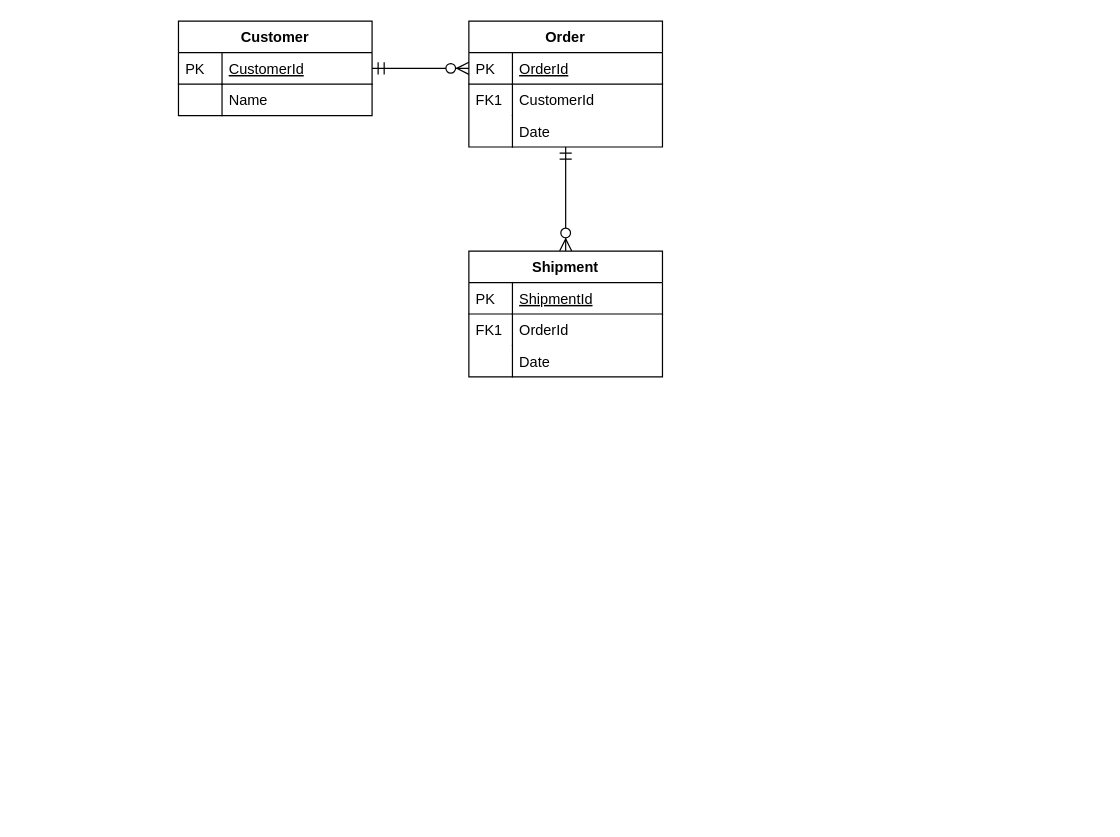
The draw.io diagram user-role-perm.drawio in sf-test/org-repo, before the edit. Source tidied: cells renumbered, new cells numbered last; positions are measured from the earlier drawing's top-left corner, leaving out a move shared by most shapes. Both pictures are drawn from the tidied source at 121%, with x=0, y=0 at pixel (178, 21).
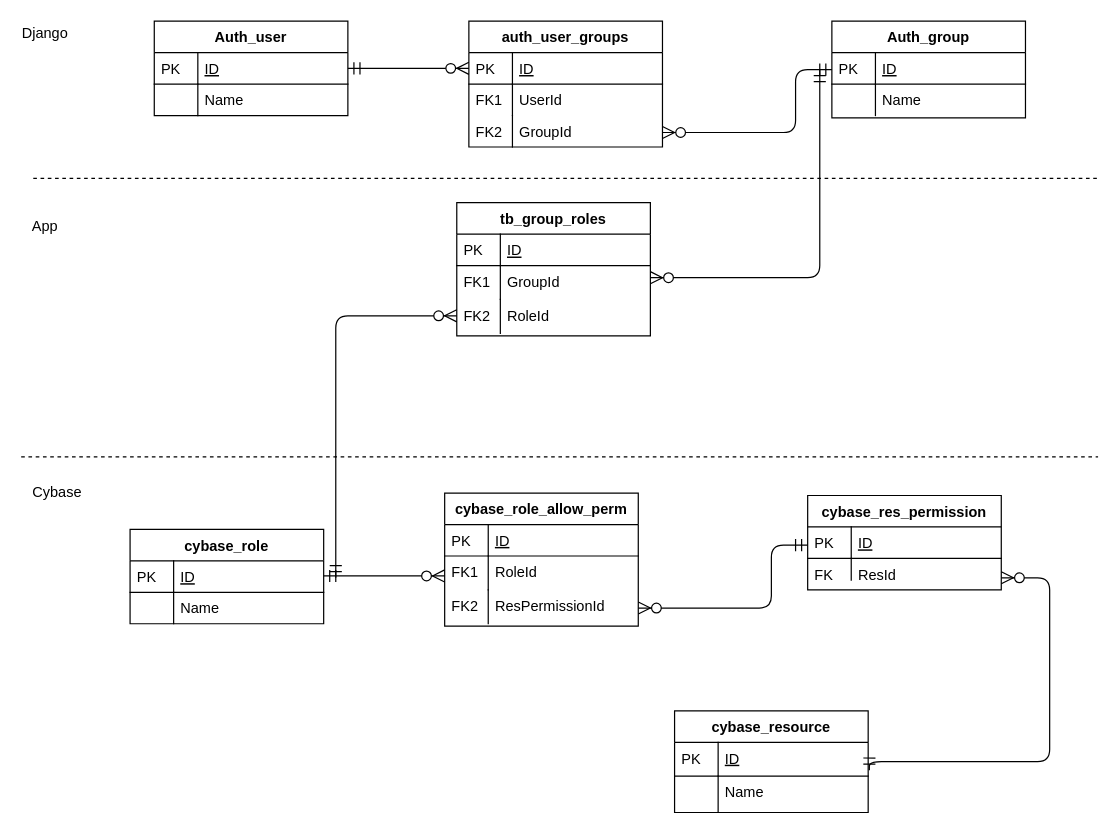
After the change.

What changed in the source:
```diff
@@
-    <mxCell id="2" value="Customer" style="swimlane;fontStyle=1;horizontal=1;startSize=26;rounded=0;shadow=0;strokeWidth=1;" parent="1" vertex="1">
-      <mxGeometry width="160" height="78" as="geometry" />
-    </mxCell>
-    <mxCell id="3" value="CustomerId" style="shape=partialRectangle;top=0;left=0;right=0;bottom=1;align=left;verticalAlign=top;fillColor=none;spacingLeft=40;spacingRight=4;overflow=hidden;points=[[0,0.5],[1,0.5]];portConstraint=eastwest;rounded=0;shadow=0;strokeWidth=1;fontStyle=4;" parent="2" vertex="1">
-      <mxGeometry y="26" width="160" height="26" as="geometry" />
-    </mxCell>
-    <mxCell id="4" value="PK" style="shape=partialRectangle;top=0;left=0;bottom=0;fillColor=none;align=left;verticalAlign=top;spacingLeft=4;spacingRight=4;overflow=hidden;" parent="3" vertex="1">
-      <mxGeometry width="36" height="26" as="geometry" />
-    </mxCell>
-    <mxCell id="5" value="Name" style="shape=partialRectangle;top=0;left=0;right=0;bottom=0;align=left;verticalAlign=top;fillColor=none;spacingLeft=40;spacingRight=4;overflow=hidden;rounded=0;shadow=0;strokeWidth=1;" parent="2" vertex="1">
-      <mxGeometry y="52" width="160" height="26" as="geometry" />
-    </mxCell>
-    <mxCell id="6" style="shape=partialRectangle;top=0;left=0;bottom=0;fillColor=none;align=left;verticalAlign=top;spacingLeft=4;spacingRight=4;overflow=hidden;" parent="5" vertex="1">
-      <mxGeometry width="36" height="26" as="geometry" />
-    </mxCell>
-    <mxCell id="7" value="Order" style="swimlane;fontStyle=1;horizontal=1;startSize=26;rounded=0;shadow=0;strokeWidth=1;" parent="1" vertex="1">
+    <mxCell id="7" value="auth_user_groups" style="swimlane;fontStyle=1;horizontal=1;startSize=26;rounded=0;shadow=0;strokeWidth=1;" parent="1" vertex="1">
       <mxGeometry x="240" width="160" height="104" as="geometry" />
     </mxCell>
-    <mxCell id="8" value="OrderId" style="shape=partialRectangle;top=0;left=0;right=0;bottom=1;align=left;verticalAlign=top;fillColor=none;spacingLeft=40;spacingRight=4;overflow=hidden;points=[[0,0.5],[1,0.5]];portConstraint=eastwest;rounded=0;shadow=0;strokeWidth=1;fontStyle=4;" parent="7" vertex="1">
+    <mxCell id="8" value="ID" style="shape=partialRectangle;top=0;left=0;right=0;bottom=1;align=left;verticalAlign=top;fillColor=none;spacingLeft=40;spacingRight=4;overflow=hidden;points=[[0,0.5],[1,0.5]];portConstraint=eastwest;rounded=0;shadow=0;strokeWidth=1;fontStyle=4;" parent="7" vertex="1">
       <mxGeometry y="26" width="160" height="26" as="geometry" />
     </mxCell>
@@
-    <mxCell id="10" value="CustomerId" style="shape=partialRectangle;top=0;left=0;right=0;bottom=0;align=left;verticalAlign=top;fillColor=none;spacingLeft=40;spacingRight=4;overflow=hidden;rounded=0;shadow=0;strokeWidth=1;" parent="7" vertex="1">
+    <mxCell id="10" value="UserId" style="shape=partialRectangle;top=0;left=0;right=0;bottom=0;align=left;verticalAlign=top;fillColor=none;spacingLeft=40;spacingRight=4;overflow=hidden;rounded=0;shadow=0;strokeWidth=1;" parent="7" vertex="1">
       <mxGeometry y="52" width="160" height="26" as="geometry" />
     </mxCell>
@@
-    <mxCell id="12" value="Date" style="shape=partialRectangle;top=0;left=0;right=0;bottom=0;align=left;verticalAlign=top;fillColor=none;spacingLeft=40;spacingRight=4;overflow=hidden;rounded=0;shadow=0;strokeWidth=1;" parent="7" vertex="1">
+    <mxCell id="12" value="GroupId" style="shape=partialRectangle;top=0;left=0;right=0;bottom=0;align=left;verticalAlign=top;fillColor=none;spacingLeft=40;spacingRight=4;overflow=hidden;rounded=0;shadow=0;strokeWidth=1;" parent="7" vertex="1">
       <mxGeometry y="78" width="160" height="26" as="geometry" />
     </mxCell>
-    <mxCell id="13" style="shape=partialRectangle;top=0;left=0;bottom=0;fillColor=none;align=left;verticalAlign=top;spacingLeft=4;spacingRight=4;overflow=hidden;" parent="12" vertex="1">
+    <mxCell id="13" value="FK2" style="shape=partialRectangle;top=0;left=0;bottom=0;fillColor=none;align=left;verticalAlign=top;spacingLeft=4;spacingRight=4;overflow=hidden;" parent="12" vertex="1">
       <mxGeometry width="36" height="26" as="geometry" />
     </mxCell>
@@
+    <mxCell id="23" value="ResPermissionId" style="shape=partialRectangle;top=0;left=0;right=0;bottom=0;align=left;verticalAlign=top;fillColor=none;spacingLeft=40;spacingRight=4;overflow=hidden;rounded=0;shadow=0;strokeWidth=1;" parent="1" vertex="1">
+      <mxGeometry x="220" y="470" width="160" height="28" as="geometry" />
+    </mxCell>
+    <mxCell id="24" value="FK2" style="shape=partialRectangle;top=0;left=0;bottom=0;fillColor=none;align=left;verticalAlign=top;spacingLeft=4;spacingRight=4;overflow=hidden;" parent="23" vertex="1">
+      <mxGeometry width="36" height="28" as="geometry" />
+    </mxCell>
+    <mxCell id="2" value="Auth_user" style="swimlane;fontStyle=1;horizontal=1;startSize=26;rounded=0;shadow=0;strokeWidth=1;" parent="1" vertex="1">
+      <mxGeometry x="-20" width="160" height="78" as="geometry" />
+    </mxCell>
+    <mxCell id="3" value="ID" style="shape=partialRectangle;top=0;left=0;right=0;bottom=1;align=left;verticalAlign=top;fillColor=none;spacingLeft=40;spacingRight=4;overflow=hidden;points=[[0,0.5],[1,0.5]];portConstraint=eastwest;rounded=0;shadow=0;strokeWidth=1;fontStyle=4;" parent="2" vertex="1">
+      <mxGeometry y="26" width="160" height="26" as="geometry" />
+    </mxCell>
+    <mxCell id="4" value="PK" style="shape=partialRectangle;top=0;left=0;bottom=0;fillColor=none;align=left;verticalAlign=top;spacingLeft=4;spacingRight=4;overflow=hidden;" parent="3" vertex="1">
+      <mxGeometry width="36" height="26" as="geometry" />
+    </mxCell>
+    <mxCell id="5" value="Name" style="shape=partialRectangle;top=0;left=0;right=0;bottom=0;align=left;verticalAlign=top;fillColor=none;spacingLeft=40;spacingRight=4;overflow=hidden;rounded=0;shadow=0;strokeWidth=1;" parent="2" vertex="1">
+      <mxGeometry y="52" width="160" height="26" as="geometry" />
+    </mxCell>
+    <mxCell id="6" style="shape=partialRectangle;top=0;left=0;bottom=0;fillColor=none;align=left;verticalAlign=top;spacingLeft=4;spacingRight=4;overflow=hidden;" parent="5" vertex="1">
+      <mxGeometry width="36" height="26" as="geometry" />
+    </mxCell>
+    <mxCell id="25" style="edgeStyle=orthogonalEdgeStyle;endArrow=ERzeroToMany;startArrow=ERmandOne;shadow=0;strokeWidth=1;endSize=8;startSize=8;" parent="1" edge="1">
+      <mxGeometry relative="1" as="geometry">
+        <mxPoint x="120" y="458.5" as="sourcePoint" />
+        <mxPoint x="220" y="458.5" as="targetPoint" />
+      </mxGeometry>
+    </mxCell>
+    <mxCell id="26" style="edgeStyle=orthogonalEdgeStyle;endArrow=ERzeroToMany;startArrow=ERmandOne;shadow=0;strokeWidth=1;endSize=8;startSize=8;" parent="1" edge="1">
+      <mxGeometry relative="1" as="geometry">
+        <mxPoint x="540" y="40" as="sourcePoint" />
+        <mxPoint x="400" y="92" as="targetPoint" />
+        <Array as="points">
+          <mxPoint x="510" y="40" />
+          <mxPoint x="510" y="92" />
+        </Array>
+      </mxGeometry>
+    </mxCell>
-    <mxCell id="15" value="Shipment" style="swimlane;fontStyle=1;horizontal=1;startSize=26;rounded=0;shadow=0;strokeWidth=1;" parent="1" vertex="1">
-      <mxGeometry x="240" y="190" width="160" height="104" as="geometry" />
+    <mxCell id="15" value="Auth_group" style="swimlane;fontStyle=1;horizontal=1;startSize=26;rounded=0;shadow=0;strokeWidth=1;" parent="1" vertex="1">
+      <mxGeometry x="540" width="160" height="80" as="geometry" />
     </mxCell>
-    <mxCell id="16" value="ShipmentId" style="shape=partialRectangle;top=0;left=0;right=0;bottom=1;align=left;verticalAlign=top;fillColor=none;spacingLeft=40;spacingRight=4;overflow=hidden;rounded=0;shadow=0;strokeWidth=1;fontStyle=4;" parent="15" vertex="1">
+    <mxCell id="16" value="ID" style="shape=partialRectangle;top=0;left=0;right=0;bottom=1;align=left;verticalAlign=top;fillColor=none;spacingLeft=40;spacingRight=4;overflow=hidden;rounded=0;shadow=0;strokeWidth=1;fontStyle=4;" parent="15" vertex="1">
       <mxGeometry y="26" width="160" height="26" as="geometry" />
     </mxCell>
@@
-    <mxCell id="18" value="OrderId" style="shape=partialRectangle;top=0;left=0;right=0;bottom=0;align=left;verticalAlign=top;fillColor=none;spacingLeft=40;spacingRight=4;overflow=hidden;rounded=0;shadow=0;strokeWidth=1;" parent="15" vertex="1">
-      <mxGeometry y="52" width="160" height="26" as="geometry" />
-    </mxCell>
-    <mxCell id="19" value="FK1" style="shape=partialRectangle;top=0;left=0;bottom=0;fillColor=none;align=left;verticalAlign=top;spacingLeft=4;spacingRight=4;overflow=hidden;" parent="18" vertex="1">
-      <mxGeometry width="36" height="26" as="geometry" />
-    </mxCell>
-    <mxCell id="20" value="Date" style="shape=partialRectangle;top=0;left=0;right=0;bottom=0;align=left;verticalAlign=top;fillColor=none;spacingLeft=40;spacingRight=4;overflow=hidden;rounded=0;shadow=0;strokeWidth=1;" parent="15" vertex="1">
-      <mxGeometry y="78" width="160" height="26" as="geometry" />
+    <mxCell id="20" value="Name" style="shape=partialRectangle;top=0;left=0;right=0;bottom=0;align=left;verticalAlign=top;fillColor=none;spacingLeft=40;spacingRight=4;overflow=hidden;rounded=0;shadow=0;strokeWidth=1;" parent="15" vertex="1">
+      <mxGeometry y="52" width="160" height="26" as="geometry" />
     </mxCell>
@@
-    <mxCell id="22" style="edgeStyle=orthogonalEdgeStyle;endArrow=ERzeroToMany;startArrow=ERmandOne;shadow=0;strokeWidth=1;endSize=8;startSize=8;" parent="1" edge="1" source="7" target="15">
-      <mxGeometry relative="1" as="geometry" />
-    </mxCell>
+    <mxCell id="27" style="edgeStyle=orthogonalEdgeStyle;endArrow=ERzeroToMany;startArrow=ERmandOne;shadow=0;strokeWidth=1;endSize=8;startSize=8;" parent="1" edge="1">
+      <mxGeometry relative="1" as="geometry">
+        <mxPoint x="520" y="433" as="sourcePoint" />
+        <mxPoint x="380" y="485" as="targetPoint" />
+        <Array as="points">
+          <mxPoint x="490" y="433" />
+          <mxPoint x="490" y="485" />
+        </Array>
+      </mxGeometry>
+    </mxCell>
+    <mxCell id="28" style="endArrow=none;dashed=1;html=1;" parent="1" edge="1">
+      <mxGeometry relative="1" as="geometry">
+        <mxPoint x="-120" y="130" as="sourcePoint" />
+        <mxPoint x="760" y="130" as="targetPoint" />
+      </mxGeometry>
+    </mxCell>
+    <mxCell id="29" value="Django" style="text;html=1;strokeColor=none;fillColor=none;align=center;verticalAlign=middle;whiteSpace=wrap;rounded=0;" parent="1" vertex="1">
+      <mxGeometry x="-130" width="40" height="20" as="geometry" />
+    </mxCell>
+    <mxCell id="30" value="Cybase" style="text;html=1;strokeColor=none;fillColor=none;align=center;verticalAlign=middle;whiteSpace=wrap;rounded=0;" parent="1" vertex="1">
+      <mxGeometry x="-120" y="380" width="40" height="20" as="geometry" />
+    </mxCell>
+    <mxCell id="31" style="edgeStyle=orthogonalEdgeStyle;endArrow=ERzeroToMany;startArrow=ERmandOne;shadow=0;strokeWidth=1;endSize=8;startSize=8;exitX=1.006;exitY=0.821;exitDx=0;exitDy=0;exitPerimeter=0;" parent="1" edge="1" source="40">
+      <mxGeometry relative="1" as="geometry">
+        <mxPoint x="680" y="460" as="targetPoint" />
+        <Array as="points">
+          <mxPoint x="571" y="612" />
+          <mxPoint x="720" y="612" />
+          <mxPoint x="720" y="460" />
+        </Array>
+      </mxGeometry>
+    </mxCell>
+    <mxCell id="32" value="RoleId" style="shape=partialRectangle;top=0;left=0;right=0;bottom=0;align=left;verticalAlign=top;fillColor=none;spacingLeft=40;spacingRight=4;overflow=hidden;rounded=0;shadow=0;strokeWidth=1;" parent="1" vertex="1">
+      <mxGeometry x="230" y="230" width="160" height="28" as="geometry" />
+    </mxCell>
+    <mxCell id="33" value="FK2" style="shape=partialRectangle;top=0;left=0;bottom=0;fillColor=none;align=left;verticalAlign=top;spacingLeft=4;spacingRight=4;overflow=hidden;" parent="32" vertex="1">
+      <mxGeometry width="36" height="28" as="geometry" />
+    </mxCell>
+    <mxCell id="34" value="tb_group_roles" style="swimlane;fontStyle=1;horizontal=1;startSize=26;rounded=0;shadow=0;strokeWidth=1;" parent="1" vertex="1">
+      <mxGeometry x="230" y="150" width="160" height="110" as="geometry" />
+    </mxCell>
+    <mxCell id="35" value="ID" style="shape=partialRectangle;top=0;left=0;right=0;bottom=1;align=left;verticalAlign=top;fillColor=none;spacingLeft=40;spacingRight=4;overflow=hidden;rounded=0;shadow=0;strokeWidth=1;fontStyle=4;" parent="34" vertex="1">
+      <mxGeometry y="26" width="160" height="26" as="geometry" />
+    </mxCell>
+    <mxCell id="36" value="PK" style="shape=partialRectangle;top=0;left=0;bottom=0;fillColor=none;align=left;verticalAlign=top;spacingLeft=4;spacingRight=4;overflow=hidden;" parent="35" vertex="1">
+      <mxGeometry width="36" height="26" as="geometry" />
+    </mxCell>
+    <mxCell id="37" value="GroupId" style="shape=partialRectangle;top=0;left=0;right=0;bottom=0;align=left;verticalAlign=top;fillColor=none;spacingLeft=40;spacingRight=4;overflow=hidden;rounded=0;shadow=0;strokeWidth=1;" parent="34" vertex="1">
+      <mxGeometry y="52" width="160" height="28" as="geometry" />
+    </mxCell>
+    <mxCell id="38" value="FK1" style="shape=partialRectangle;top=0;left=0;bottom=0;fillColor=none;align=left;verticalAlign=top;spacingLeft=4;spacingRight=4;overflow=hidden;" parent="37" vertex="1">
+      <mxGeometry width="36" height="28" as="geometry" />
+    </mxCell>
+    <mxCell id="39" value="cybase_resource" style="swimlane;fontStyle=1;horizontal=1;startSize=26;rounded=0;shadow=0;strokeWidth=1;" parent="1" vertex="1">
+      <mxGeometry x="410" y="570" width="160" height="84" as="geometry" />
+    </mxCell>
+    <mxCell id="40" value="ID" style="shape=partialRectangle;top=0;left=0;right=0;bottom=1;align=left;verticalAlign=top;fillColor=none;spacingLeft=40;spacingRight=4;overflow=hidden;points=[[0,0.5],[1,0.5]];portConstraint=eastwest;rounded=0;shadow=0;strokeWidth=1;fontStyle=4;" parent="39" vertex="1">
+      <mxGeometry y="26" width="160" height="28" as="geometry" />
+    </mxCell>
+    <mxCell id="41" value="PK" style="shape=partialRectangle;top=0;left=0;bottom=0;fillColor=none;align=left;verticalAlign=top;spacingLeft=4;spacingRight=4;overflow=hidden;" parent="40" vertex="1">
+      <mxGeometry width="36" height="28" as="geometry" />
+    </mxCell>
+    <mxCell id="42" value="Name" style="shape=partialRectangle;top=0;left=0;right=0;bottom=0;align=left;verticalAlign=top;fillColor=none;spacingLeft=40;spacingRight=4;overflow=hidden;rounded=0;shadow=0;strokeWidth=1;" parent="39" vertex="1">
+      <mxGeometry y="54" width="160" height="30" as="geometry" />
+    </mxCell>
+    <mxCell id="43" style="shape=partialRectangle;top=0;left=0;bottom=0;fillColor=none;align=left;verticalAlign=top;spacingLeft=4;spacingRight=4;overflow=hidden;" parent="42" vertex="1">
+      <mxGeometry width="36" height="30" as="geometry" />
+    </mxCell>
+    <mxCell id="44" value="cybase_role_allow_perm" style="swimlane;fontStyle=1;horizontal=1;startSize=26;rounded=0;shadow=0;strokeWidth=1;" parent="1" vertex="1">
+      <mxGeometry x="220" y="390" width="160" height="110" as="geometry" />
+    </mxCell>
+    <mxCell id="45" value="ID" style="shape=partialRectangle;top=0;left=0;right=0;bottom=1;align=left;verticalAlign=top;fillColor=none;spacingLeft=40;spacingRight=4;overflow=hidden;rounded=0;shadow=0;strokeWidth=1;fontStyle=4;" parent="44" vertex="1">
+      <mxGeometry y="26" width="160" height="26" as="geometry" />
+    </mxCell>
+    <mxCell id="46" value="PK" style="shape=partialRectangle;top=0;left=0;bottom=0;fillColor=none;align=left;verticalAlign=top;spacingLeft=4;spacingRight=4;overflow=hidden;" parent="45" vertex="1">
+      <mxGeometry width="36" height="26" as="geometry" />
+    </mxCell>
+    <mxCell id="47" value="RoleId" style="shape=partialRectangle;top=0;left=0;right=0;bottom=0;align=left;verticalAlign=top;fillColor=none;spacingLeft=40;spacingRight=4;overflow=hidden;rounded=0;shadow=0;strokeWidth=1;" parent="44" vertex="1">
+      <mxGeometry y="52" width="160" height="28" as="geometry" />
+    </mxCell>
+    <mxCell id="48" value="FK1" style="shape=partialRectangle;top=0;left=0;bottom=0;fillColor=none;align=left;verticalAlign=top;spacingLeft=4;spacingRight=4;overflow=hidden;" parent="47" vertex="1">
+      <mxGeometry width="36" height="28" as="geometry" />
+    </mxCell>
+    <mxCell id="49" value="cybase_role" style="swimlane;fontStyle=1;horizontal=1;startSize=26;rounded=0;shadow=0;strokeWidth=1;" parent="1" vertex="1">
+      <mxGeometry x="-40" y="420" width="160" height="78" as="geometry" />
+    </mxCell>
+    <mxCell id="50" value="ID" style="shape=partialRectangle;top=0;left=0;right=0;bottom=1;align=left;verticalAlign=top;fillColor=none;spacingLeft=40;spacingRight=4;overflow=hidden;rounded=0;shadow=0;strokeWidth=1;fontStyle=4;" parent="49" vertex="1">
+      <mxGeometry y="26" width="160" height="26" as="geometry" />
+    </mxCell>
+    <mxCell id="51" value="PK" style="shape=partialRectangle;top=0;left=0;bottom=0;fillColor=none;align=left;verticalAlign=top;spacingLeft=4;spacingRight=4;overflow=hidden;" parent="50" vertex="1">
+      <mxGeometry width="36" height="26" as="geometry" />
+    </mxCell>
+    <mxCell id="52" value="Name" style="shape=partialRectangle;top=0;left=0;right=0;bottom=0;align=left;verticalAlign=top;fillColor=none;spacingLeft=40;spacingRight=4;overflow=hidden;rounded=0;shadow=0;strokeWidth=1;" parent="49" vertex="1">
+      <mxGeometry y="52" width="160" height="26" as="geometry" />
+    </mxCell>
+    <mxCell id="53" style="shape=partialRectangle;top=0;left=0;bottom=0;fillColor=none;align=left;verticalAlign=top;spacingLeft=4;spacingRight=4;overflow=hidden;" parent="52" vertex="1">
+      <mxGeometry width="36" height="26" as="geometry" />
+    </mxCell>
+    <mxCell id="54" value="cybase_res_permission" style="swimlane;fontStyle=1;horizontal=1;startSize=26;rounded=0;shadow=0;strokeWidth=1;" parent="1" vertex="1">
+      <mxGeometry x="520" y="392" width="160" height="78" as="geometry" />
+    </mxCell>
+    <mxCell id="55" value="ID" style="shape=partialRectangle;top=0;left=0;right=0;bottom=1;align=left;verticalAlign=top;fillColor=none;spacingLeft=40;spacingRight=4;overflow=hidden;rounded=0;shadow=0;strokeWidth=1;fontStyle=4;" parent="54" vertex="1">
+      <mxGeometry y="26" width="160" height="26" as="geometry" />
+    </mxCell>
+    <mxCell id="56" value="PK" style="shape=partialRectangle;top=0;left=0;bottom=0;fillColor=none;align=left;verticalAlign=top;spacingLeft=4;spacingRight=4;overflow=hidden;" parent="55" vertex="1">
+      <mxGeometry width="36" height="26" as="geometry" />
+    </mxCell>
+    <mxCell id="57" value="ResId" style="shape=partialRectangle;top=0;left=0;right=0;bottom=0;align=left;verticalAlign=top;fillColor=none;spacingLeft=40;spacingRight=4;overflow=hidden;rounded=0;shadow=0;strokeWidth=1;" parent="54" vertex="1">
+      <mxGeometry y="52" width="160" height="18" as="geometry" />
+    </mxCell>
+    <mxCell id="58" value="FK" style="shape=partialRectangle;top=0;left=0;bottom=0;fillColor=none;align=left;verticalAlign=top;spacingLeft=4;spacingRight=4;overflow=hidden;" parent="57" vertex="1">
+      <mxGeometry width="36" height="18" as="geometry" />
+    </mxCell>
+    <mxCell id="59" style="endArrow=none;dashed=1;html=1;" parent="1" edge="1">
+      <mxGeometry relative="1" as="geometry">
+        <mxPoint x="-130" y="360" as="sourcePoint" />
+        <mxPoint x="760" y="360" as="targetPoint" />
+      </mxGeometry>
+    </mxCell>
+    <mxCell id="60" value="App" style="text;html=1;strokeColor=none;fillColor=none;align=center;verticalAlign=middle;whiteSpace=wrap;rounded=0;" parent="1" vertex="1">
+      <mxGeometry x="-130" y="160" width="40" height="20" as="geometry" />
+    </mxCell>
+    <mxCell id="61" style="edgeStyle=orthogonalEdgeStyle;endArrow=ERzeroToMany;startArrow=ERmandOne;shadow=0;strokeWidth=1;endSize=8;startSize=8;" parent="1" edge="1">
+      <mxGeometry relative="1" as="geometry">
+        <mxPoint x="530" y="40" as="sourcePoint" />
+        <mxPoint x="390" y="212" as="targetPoint" />
+        <Array as="points">
+          <mxPoint x="530" y="212" />
+        </Array>
+      </mxGeometry>
+    </mxCell>
+    <mxCell id="62" style="edgeStyle=orthogonalEdgeStyle;endArrow=ERzeroToMany;startArrow=ERmandOne;shadow=0;strokeWidth=1;endSize=8;startSize=8;" parent="1" edge="1">
+      <mxGeometry relative="1" as="geometry">
+        <mxPoint x="130" y="460" as="sourcePoint" />
+        <mxPoint x="230" y="243.5" as="targetPoint" />
+        <Array as="points">
+          <mxPoint x="130" y="244" />
+        </Array>
+      </mxGeometry>
+    </mxCell>
```
